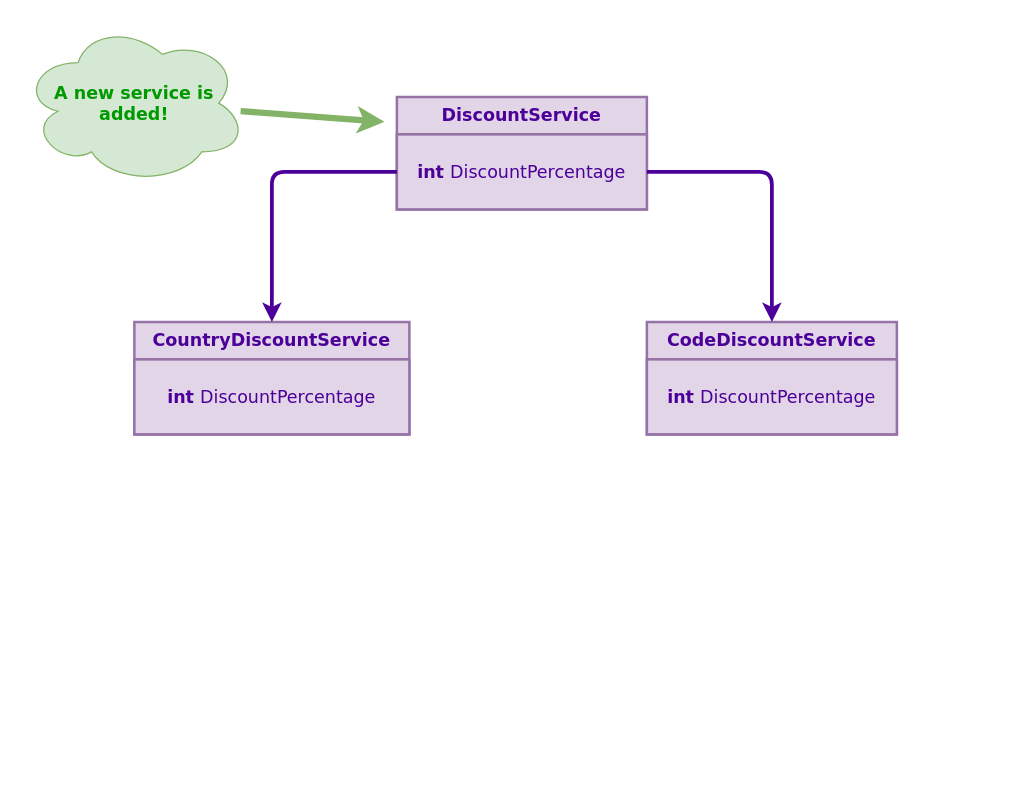
This is FactoryMethod/assets/DiscountService.drawio from jameshell/DotNetDesignPatterns, a draw.io file, before an edit. Source tidied: cells renumbered, new cells numbered last; positions are measured from the earlier drawing's top-left corner, leaving out a move shared by most shapes. Both pictures are drawn from the tidied source at 125%, with x=0, y=0 at pixel (21, 21).
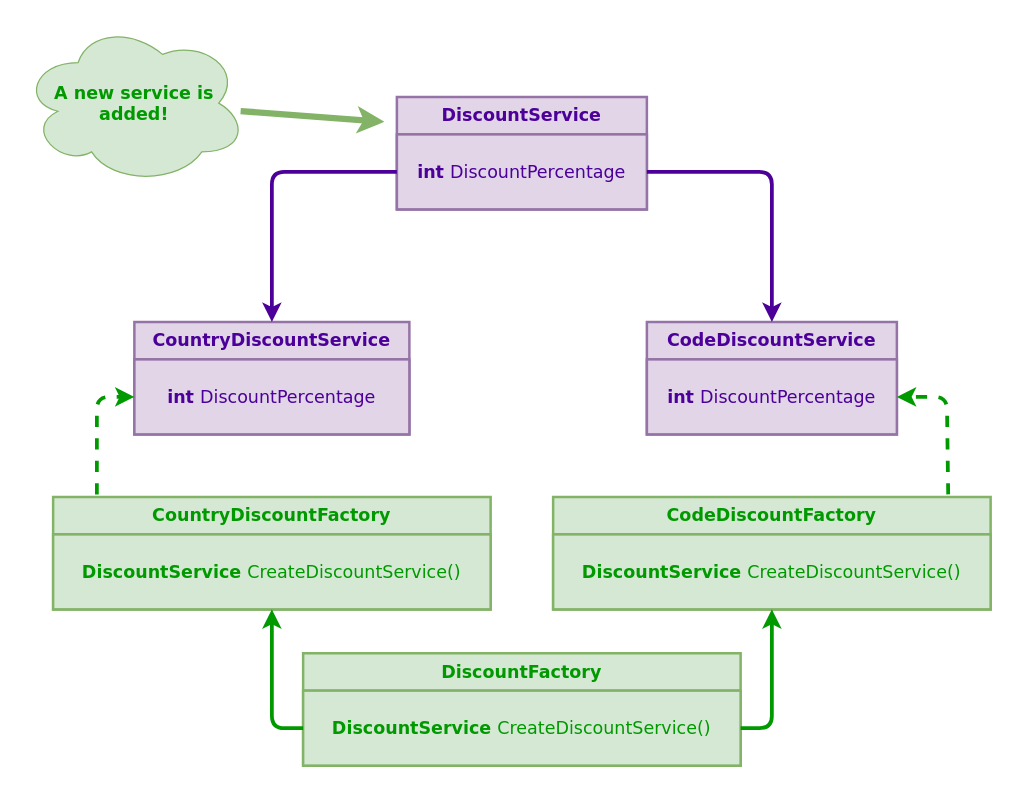
The same page after the edit.

Commit message (it also covers changes not shown here):
Updating graphic for discount

Unchanged cells that the change refers to:
```xml
<mxCell id="6" value="&lt;font color=&quot;#4c0099&quot; style=&quot;font-size: 14px;&quot; face=&quot;Verdana&quot;&gt;&lt;b&gt;int &lt;/b&gt;DiscountPercentage&lt;/font&gt;" style="text;strokeColor=#9673a6;fillColor=#e1d5e7;align=center;verticalAlign=middle;spacingLeft=4;spacingRight=4;overflow=hidden;points=[[0,0.5],[1,0.5]];portConstraint=eastwest;whiteSpace=wrap;html=1;strokeWidth=2;" parent="5" vertex="1">
  <mxGeometry y="30" width="220" height="60" as="geometry" />
</mxCell>
<mxCell id="8" value="&lt;font color=&quot;#4c0099&quot; style=&quot;font-size: 14px;&quot; face=&quot;Verdana&quot;&gt;&lt;b&gt;int &lt;/b&gt;DiscountPercentage&lt;/font&gt;" style="text;strokeColor=#9673a6;fillColor=#e1d5e7;align=center;verticalAlign=middle;spacingLeft=4;spacingRight=4;overflow=hidden;points=[[0,0.5],[1,0.5]];portConstraint=eastwest;whiteSpace=wrap;html=1;strokeWidth=2;" parent="7" vertex="1">
  <mxGeometry y="30" width="200" height="60" as="geometry" />
</mxCell>
```

Diff of the diagram source:
```diff
@@
+    <mxCell id="13" value="&lt;font color=&quot;#009900&quot; face=&quot;Verdana&quot; style=&quot;font-size: 14px;&quot;&gt;&lt;b style=&quot;&quot;&gt;CountryDiscountFactory&lt;/b&gt;&lt;/font&gt;" style="swimlane;fontStyle=0;horizontal=1;startSize=30;whiteSpace=wrap;html=1;fillColor=#d5e8d4;strokeColor=#82b366;strokeWidth=2;" parent="1" vertex="1">
+      <mxGeometry x="25" y="380" width="350" height="90" as="geometry" />
+    </mxCell>
+    <mxCell id="14" value="&lt;font color=&quot;#009900&quot; style=&quot;font-size: 14px;&quot; face=&quot;Verdana&quot;&gt;&lt;b style=&quot;&quot;&gt;DiscountService&amp;nbsp;&lt;/b&gt;CreateDiscountService()&lt;/font&gt;" style="text;strokeColor=#82b366;fillColor=#d5e8d4;align=center;verticalAlign=middle;spacingLeft=4;spacingRight=4;overflow=hidden;whiteSpace=wrap;html=1;strokeWidth=2;" parent="13" vertex="1">
+      <mxGeometry y="30" width="350" height="60" as="geometry" />
+    </mxCell>
+    <mxCell id="15" value="&lt;font color=&quot;#009900&quot; face=&quot;Verdana&quot;&gt;&lt;span style=&quot;font-size: 14px;&quot;&gt;&lt;b style=&quot;&quot;&gt;CodeDiscountFactory&lt;/b&gt;&lt;/span&gt;&lt;/font&gt;" style="swimlane;fontStyle=0;horizontal=1;startSize=30;whiteSpace=wrap;html=1;fillColor=#d5e8d4;strokeColor=#82b366;strokeWidth=2;" parent="1" vertex="1">
+      <mxGeometry x="425" y="380" width="350" height="90" as="geometry" />
+    </mxCell>
+    <mxCell id="16" value="&lt;font color=&quot;#009900&quot; style=&quot;font-size: 14px;&quot; face=&quot;Verdana&quot;&gt;&lt;b style=&quot;&quot;&gt;DiscountService&amp;nbsp;&lt;/b&gt;CreateDiscountService()&lt;/font&gt;" style="text;strokeColor=#82b366;fillColor=#d5e8d4;align=center;verticalAlign=middle;spacingLeft=4;spacingRight=4;overflow=hidden;whiteSpace=wrap;html=1;strokeWidth=2;" parent="15" vertex="1">
+      <mxGeometry y="30" width="350" height="60" as="geometry" />
+    </mxCell>
+    <mxCell id="17" value="&lt;font color=&quot;#009900&quot; face=&quot;Verdana&quot;&gt;&lt;span style=&quot;font-size: 14px;&quot;&gt;&lt;b style=&quot;&quot;&gt;DiscountFactory&lt;/b&gt;&lt;/span&gt;&lt;/font&gt;" style="swimlane;fontStyle=0;horizontal=1;startSize=30;whiteSpace=wrap;html=1;fillColor=#d5e8d4;strokeColor=#82b366;strokeWidth=2;" parent="1" vertex="1">
+      <mxGeometry x="225" y="505" width="350" height="90" as="geometry" />
+    </mxCell>
+    <mxCell id="18" value="&lt;font color=&quot;#009900&quot; style=&quot;font-size: 14px;&quot; face=&quot;Verdana&quot;&gt;&lt;b style=&quot;&quot;&gt;DiscountService&amp;nbsp;&lt;/b&gt;CreateDiscountService()&lt;/font&gt;" style="text;strokeColor=#82b366;fillColor=#d5e8d4;align=center;verticalAlign=middle;spacingLeft=4;spacingRight=4;overflow=hidden;points=[[0,0.5],[1,0.5]];portConstraint=eastwest;whiteSpace=wrap;html=1;strokeWidth=2;" parent="17" vertex="1">
+      <mxGeometry y="30" width="350" height="60" as="geometry" />
+    </mxCell>
+    <mxCell id="19" style="endArrow=classic;html=1;rounded=1;entryX=0.5;entryY=1;entryDx=0;entryDy=0;exitX=1;exitY=0.5;exitDx=0;exitDy=0;strokeWidth=3;fillColor=#d5e8d4;strokeColor=#009900;curved=0;" parent="1" edge="1" source="18" target="15">
+      <mxGeometry relative="1" as="geometry">
+        <Array as="points">
+          <mxPoint x="600" y="565" />
+        </Array>
+      </mxGeometry>
+    </mxCell>
+    <mxCell id="20" style="endArrow=classic;html=1;rounded=1;entryX=0.5;entryY=1;entryDx=0;entryDy=0;exitX=0;exitY=0.5;exitDx=0;exitDy=0;strokeWidth=3;fillColor=#d5e8d4;strokeColor=#009900;curved=0;" parent="1" edge="1" source="18" target="13">
+      <mxGeometry relative="1" as="geometry">
+        <Array as="points">
+          <mxPoint x="200" y="565" />
+        </Array>
+      </mxGeometry>
+    </mxCell>
+    <mxCell id="21" style="endArrow=classic;html=1;rounded=1;entryX=0;entryY=0.5;entryDx=0;entryDy=0;exitX=0.1;exitY=-0.022;exitDx=0;exitDy=0;exitPerimeter=0;fillColor=#d5e8d4;strokeColor=#009900;strokeWidth=3;curved=0;dashed=1;" parent="1" edge="1" source="13" target="6">
+      <mxGeometry relative="1" as="geometry">
+        <Array as="points">
+          <mxPoint x="60" y="300" />
+        </Array>
+      </mxGeometry>
+    </mxCell>
+    <mxCell id="22" style="endArrow=classic;html=1;rounded=1;entryX=1;entryY=0.5;entryDx=0;entryDy=0;exitX=0.903;exitY=-0.022;exitDx=0;exitDy=0;exitPerimeter=0;curved=0;strokeColor=#009900;strokeWidth=3;dashed=1;" parent="1" edge="1" source="15" target="8">
+      <mxGeometry relative="1" as="geometry">
+        <Array as="points">
+          <mxPoint x="740" y="300" />
+        </Array>
+      </mxGeometry>
+    </mxCell>
```
